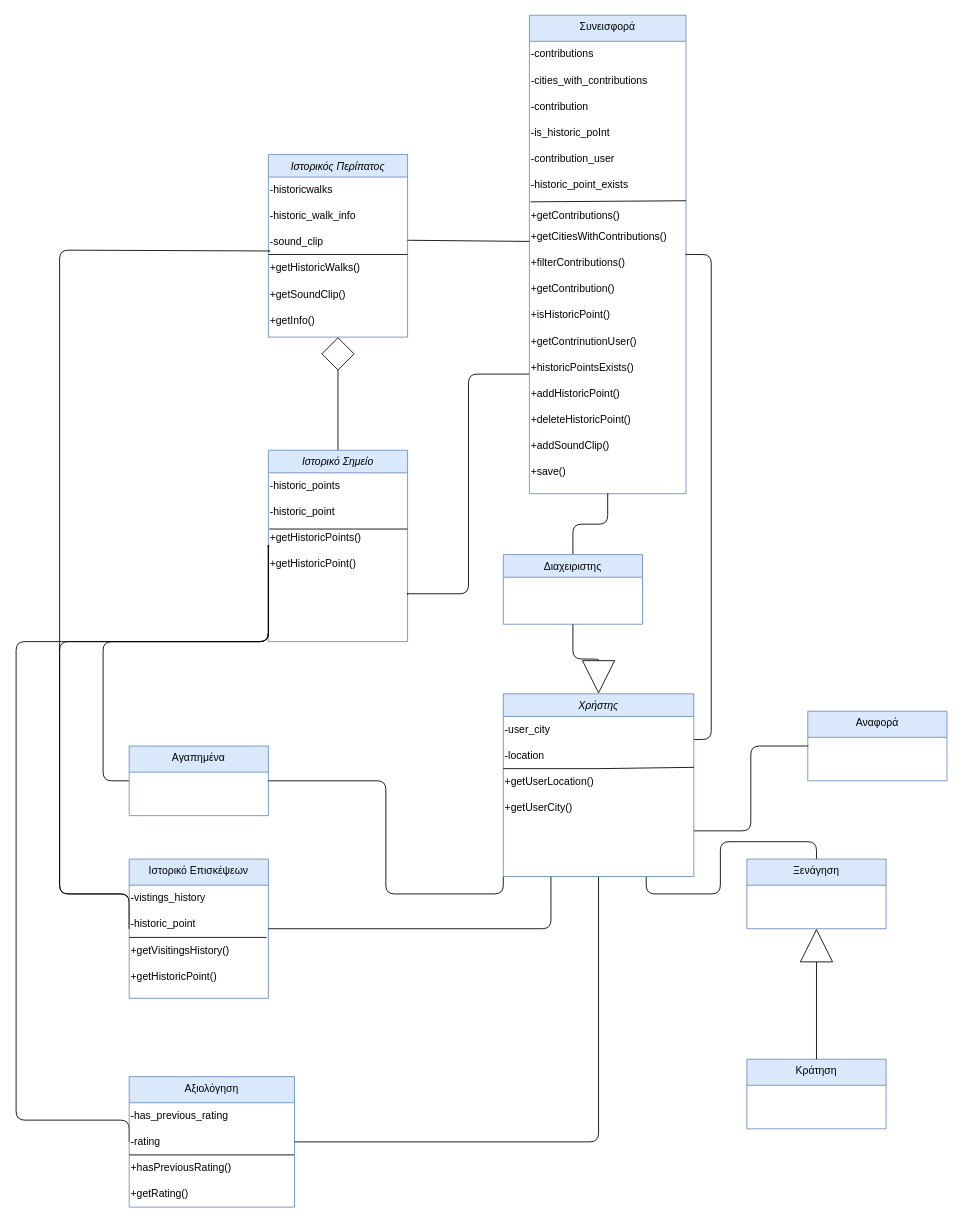
Earlier version of the draw.io diagram NOTES/Domain Model.drawio (Nektar24/software-engineering). Source tidied: cells renumbered, new cells numbered last; positions are measured from the earlier drawing's top-left corner, leaving out a move shared by most shapes. Both pictures are drawn from the tidied source at 87%, with x=0, y=0 at pixel (16, 15).
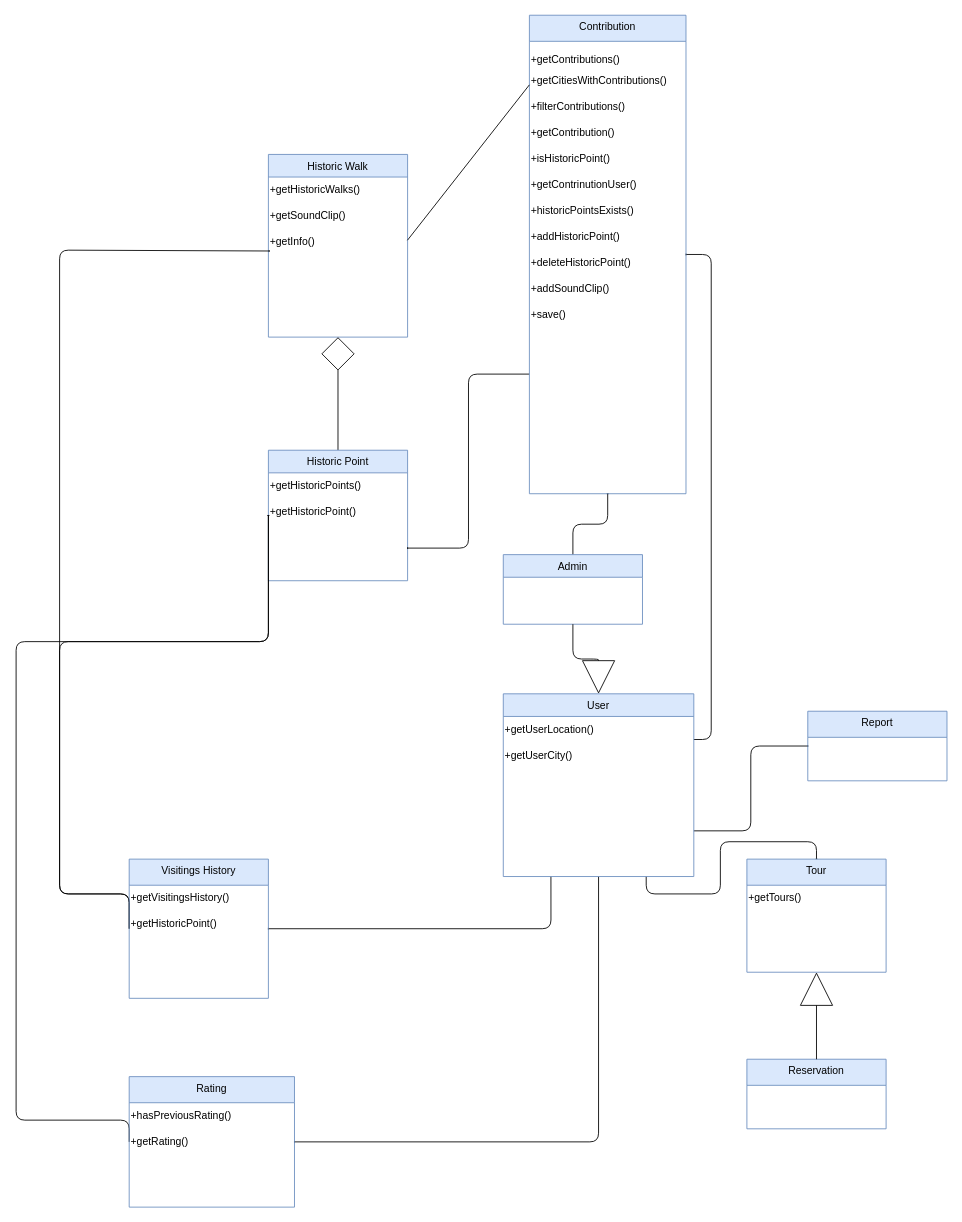
The same page after the edit.

The edit, as a diff of the source:
```diff
@@
-    <mxCell id="4" style="edgeStyle=orthogonalEdgeStyle;rounded=1;jettySize=auto;html=1;exitX=0;exitY=1;exitDx=0;exitDy=0;entryX=1;entryY=0.5;entryDx=0;entryDy=0;strokeColor=default;align=center;verticalAlign=middle;fontFamily=Helvetica;fontSize=11;fontColor=default;labelBackgroundColor=default;elbow=vertical;endArrow=baseDash;endFill=0;endSize=0;curved=0;" parent="1" edge="1" source="8" target="53">
-      <mxGeometry relative="1" as="geometry" />
-    </mxCell>
@@
-    <mxCell id="8" value="Χρήστης" style="swimlane;fontStyle=2;align=center;verticalAlign=top;horizontal=1;startSize=26;rounded=0;shadow=0;strokeWidth=1;fillColor=#dae8fc;strokeColor=#6c8ebf;" parent="1" vertex="1">
+    <mxCell id="8" value="User" style="swimlane;fontStyle=0;align=center;verticalAlign=top;horizontal=1;startSize=26;rounded=0;shadow=0;strokeWidth=1;fillColor=#dae8fc;strokeColor=#6c8ebf;" parent="1" vertex="1">
       <mxGeometry x="560" y="780" width="219" height="210" as="geometry" />
     </mxCell>
-    <mxCell id="9" value="-user_city" style="text;html=1;align=left;verticalAlign=middle;strokeColor=none;fillColor=none;" parent="8" vertex="1">
-      <mxGeometry y="26" width="219" height="30" as="geometry" />
-    </mxCell>
-    <mxCell id="10" value="-location" style="text;html=1;align=left;verticalAlign=middle;strokeColor=none;fillColor=none;" parent="8" vertex="1">
-      <mxGeometry y="56" width="219" height="30" as="geometry" />
-    </mxCell>
-    <mxCell id="11" style="endArrow=none;html=1;rounded=0;entryX=1;entryY=-0.05;entryDx=0;entryDy=0;entryPerimeter=0;" parent="8" edge="1" target="12">
-      <mxGeometry relative="1" as="geometry">
-        <mxPoint y="86" as="sourcePoint" />
-        <Array as="points">
-          <mxPoint x="110" y="86" />
-        </Array>
-      </mxGeometry>
-    </mxCell>
     <mxCell id="12" value="+getUserLocation()" style="text;html=1;align=left;verticalAlign=middle;points=[];strokeColor=none;fillColor=none;" parent="8" vertex="1">
-      <mxGeometry y="86" width="219" height="30" as="geometry" />
+      <mxGeometry y="26" width="219" height="30" as="geometry" />
     </mxCell>
     <mxCell id="13" value="+getUserCity()" style="text;html=1;align=left;verticalAlign=middle;strokeColor=none;fillColor=none;" parent="8" vertex="1">
-      <mxGeometry y="116" width="219" height="30" as="geometry" />
+      <mxGeometry y="56" width="219" height="30" as="geometry" />
     </mxCell>
@@
-    <mxCell id="15" value="Διαχειριστης" style="swimlane;fontStyle=0;align=center;verticalAlign=top;horizontal=1;startSize=26;rounded=0;shadow=0;strokeWidth=1;fillColor=#dae8fc;strokeColor=#6c8ebf;" parent="1" vertex="1">
+    <mxCell id="15" value="Admin" style="swimlane;fontStyle=0;align=center;verticalAlign=top;horizontal=1;startSize=26;rounded=0;shadow=0;strokeWidth=1;fillColor=#dae8fc;strokeColor=#6c8ebf;" parent="1" vertex="1">
       <mxGeometry x="560" y="620" width="160" height="80" as="geometry" />
     </mxCell>
@@
-    <mxCell id="17" value="Ιστορικός Περίπατος" style="swimlane;fontStyle=2;align=center;verticalAlign=top;horizontal=1;startSize=26;rounded=0;shadow=0;strokeWidth=1;fillColor=#dae8fc;strokeColor=#6c8ebf;" parent="1" vertex="1">
+    <mxCell id="17" value="Historic Walk" style="swimlane;fontStyle=0;align=center;verticalAlign=top;horizontal=1;startSize=26;rounded=0;shadow=0;strokeWidth=1;fillColor=#dae8fc;strokeColor=#6c8ebf;" parent="1" vertex="1">
       <mxGeometry x="290" y="160" width="160" height="210" as="geometry" />
     </mxCell>
-    <mxCell id="18" value="-historicwalks" style="text;html=1;align=left;verticalAlign=middle;strokeColor=none;fillColor=none;" parent="17" vertex="1">
-      <mxGeometry y="26" width="160" height="30" as="geometry" />
-    </mxCell>
-    <mxCell id="19" value="-historic_walk_info" style="text;html=1;align=left;verticalAlign=middle;strokeColor=none;fillColor=none;" parent="17" vertex="1">
-      <mxGeometry y="56" width="160" height="30" as="geometry" />
-    </mxCell>
-    <mxCell id="20" value="-sound_clip" style="text;html=1;align=left;verticalAlign=middle;points=[];strokeColor=none;fillColor=none;" parent="17" vertex="1">
-      <mxGeometry y="86" width="160" height="30" as="geometry" />
-    </mxCell>
-    <mxCell id="21" style="endArrow=none;html=1;rounded=0;entryX=1;entryY=-0.033;entryDx=0;entryDy=0;entryPerimeter=0;" parent="17" edge="1" target="22">
-      <mxGeometry relative="1" as="geometry">
-        <mxPoint y="115" as="sourcePoint" />
-      </mxGeometry>
-    </mxCell>
     <mxCell id="22" value="+getHistoricWalks()" style="text;html=1;align=left;verticalAlign=middle;points=[];strokeColor=none;fillColor=none;" parent="17" vertex="1">
-      <mxGeometry y="116" width="160" height="30" as="geometry" />
+      <mxGeometry y="26" width="160" height="30" as="geometry" />
     </mxCell>
     <mxCell id="23" value="+getSoundClip()" style="text;html=1;align=left;verticalAlign=middle;strokeColor=none;fillColor=none;" parent="17" vertex="1">
-      <mxGeometry y="146" width="160" height="30" as="geometry" />
+      <mxGeometry y="56" width="160" height="30" as="geometry" />
     </mxCell>
     <mxCell id="24" value="+getInfo()" style="text;html=1;align=left;verticalAlign=middle;strokeColor=none;fillColor=none;" parent="17" vertex="1">
-      <mxGeometry y="176" width="160" height="30" as="geometry" />
+      <mxGeometry y="86" width="160" height="30" as="geometry" />
     </mxCell>
@@
-    <mxCell id="26" value="Ιστορικό Σημείο" style="swimlane;fontStyle=2;align=center;verticalAlign=top;horizontal=1;startSize=26;rounded=0;shadow=0;strokeWidth=1;fillColor=#dae8fc;strokeColor=#6c8ebf;" parent="1" vertex="1">
-      <mxGeometry x="290" y="500" width="160" height="220" as="geometry" />
+    <mxCell id="26" value="Historic Point" style="swimlane;fontStyle=0;align=center;verticalAlign=top;horizontal=1;startSize=26;rounded=0;shadow=0;strokeWidth=1;fillColor=#dae8fc;strokeColor=#6c8ebf;" parent="1" vertex="1">
+      <mxGeometry x="290" y="500" width="160" height="150" as="geometry" />
     </mxCell>
-    <mxCell id="27" value="-historic_points" style="text;html=1;align=left;verticalAlign=middle;strokeColor=none;fillColor=none;" parent="26" vertex="1">
-      <mxGeometry y="26" width="160" height="30" as="geometry" />
-    </mxCell>
-    <mxCell id="28" value="-historic_point" style="text;html=1;align=left;verticalAlign=middle;points=[];strokeColor=none;fillColor=none;" parent="26" vertex="1">
-      <mxGeometry y="56" width="160" height="30" as="geometry" />
-    </mxCell>
     <mxCell id="29" value="+getHistoricPoints()" style="text;html=1;align=left;verticalAlign=middle;points=[];strokeColor=none;fillColor=none;" parent="26" vertex="1">
-      <mxGeometry y="86" width="160" height="30" as="geometry" />
+      <mxGeometry y="26" width="160" height="30" as="geometry" />
     </mxCell>
     <mxCell id="30" value="+getHistoricPoint()" style="text;html=1;align=left;verticalAlign=middle;strokeColor=none;fillColor=none;" parent="26" vertex="1">
-      <mxGeometry y="116" width="160" height="30" as="geometry" />
+      <mxGeometry y="56" width="160" height="30" as="geometry" />
     </mxCell>
-    <mxCell id="31" style="endArrow=none;html=1;rounded=0;exitX=0.006;exitY=1.153;exitDx=0;exitDy=0;exitPerimeter=0;entryX=1;entryY=0.153;entryDx=0;entryDy=0;entryPerimeter=0;" parent="26" edge="1" source="28" target="29">
-      <mxGeometry relative="1" as="geometry" />
-    </mxCell>
@@
-    <mxCell id="33" value="Συνεισφορά" style="swimlane;fontStyle=0;align=center;verticalAlign=top;horizontal=1;startSize=30;rounded=0;shadow=0;strokeWidth=1;fillColor=#dae8fc;strokeColor=#6c8ebf;" parent="1" vertex="1">
+    <mxCell id="33" value="Contribution" style="swimlane;fontStyle=0;align=center;verticalAlign=top;horizontal=1;startSize=30;rounded=0;shadow=0;strokeWidth=1;fillColor=#dae8fc;strokeColor=#6c8ebf;" parent="1" vertex="1">
       <mxGeometry x="590" width="180" height="550" as="geometry" />
     </mxCell>
-    <mxCell id="34" value="-contributions" style="text;html=1;align=left;verticalAlign=middle;strokeColor=none;fillColor=none;" parent="33" vertex="1">
-      <mxGeometry y="30" width="180" height="30" as="geometry" />
-    </mxCell>
-    <mxCell id="35" value="-cities_with_contributions" style="text;html=1;align=left;verticalAlign=middle;strokeColor=none;fillColor=none;" parent="33" vertex="1">
-      <mxGeometry y="60" width="180" height="30" as="geometry" />
-    </mxCell>
-    <mxCell id="36" value="-contribution" style="text;html=1;align=left;verticalAlign=middle;strokeColor=none;fillColor=none;" parent="33" vertex="1">
-      <mxGeometry y="90" width="180" height="30" as="geometry" />
-    </mxCell>
-    <mxCell id="37" value="-is_historic_poInt" style="text;html=1;align=left;verticalAlign=middle;strokeColor=none;fillColor=none;" parent="33" vertex="1">
-      <mxGeometry y="120" width="180" height="30" as="geometry" />
-    </mxCell>
-    <mxCell id="38" value="-contribution_user" style="text;html=1;align=left;verticalAlign=middle;strokeColor=none;fillColor=none;" parent="33" vertex="1">
-      <mxGeometry y="150" width="180" height="30" as="geometry" />
-    </mxCell>
-    <mxCell id="39" style="endArrow=none;html=1;rounded=0;entryX=1;entryY=0.108;entryDx=0;entryDy=0;entryPerimeter=0;exitX=0.007;exitY=0.15;exitDx=0;exitDy=0;exitPerimeter=0;" parent="33" edge="1" source="41" target="41">
-      <mxGeometry relative="1" as="geometry" />
-    </mxCell>
-    <mxCell id="40" value="-historic_point_exists" style="text;html=1;align=left;verticalAlign=middle;strokeColor=none;fillColor=none;" parent="33" vertex="1">
-      <mxGeometry y="180" width="180" height="30" as="geometry" />
-    </mxCell>
     <mxCell id="41" value="+getContributions()" style="text;html=1;align=left;verticalAlign=bottom;points=[];strokeColor=none;fillColor=none;labelPosition=center;verticalLabelPosition=middle;" parent="33" vertex="1">
-      <mxGeometry y="210" width="180" height="30" as="geometry" />
+      <mxGeometry y="30" width="180" height="30" as="geometry" />
     </mxCell>
     <mxCell id="42" value="+getCitiesWithContributions()" style="text;html=1;align=left;verticalAlign=middle;points=[];strokeColor=none;fillColor=none;" parent="33" vertex="1">
-      <mxGeometry y="240" width="180" height="30" as="geometry" />
+      <mxGeometry y="60" width="180" height="30" as="geometry" />
     </mxCell>
     <mxCell id="43" value="+filterContributions()" style="text;html=1;align=left;verticalAlign=middle;strokeColor=none;fillColor=none;" parent="33" vertex="1">
-      <mxGeometry y="270" width="180" height="30" as="geometry" />
+      <mxGeometry y="90" width="180" height="30" as="geometry" />
     </mxCell>
     <mxCell id="44" value="+getContribution()" style="text;html=1;align=left;verticalAlign=middle;strokeColor=none;fillColor=none;" parent="33" vertex="1">
-      <mxGeometry y="300" width="180" height="30" as="geometry" />
+      <mxGeometry y="120" width="180" height="30" as="geometry" />
     </mxCell>
     <mxCell id="45" value="+isHistoricPoint()" style="text;html=1;align=left;verticalAlign=middle;strokeColor=none;fillColor=none;" parent="33" vertex="1">
-      <mxGeometry y="330" width="180" height="30" as="geometry" />
+      <mxGeometry y="150" width="180" height="30" as="geometry" />
     </mxCell>
     <mxCell id="46" value="+getContrinutionUser()" style="text;html=1;align=left;verticalAlign=middle;strokeColor=none;fillColor=none;" parent="33" vertex="1">
-      <mxGeometry y="360" width="180" height="30" as="geometry" />
+      <mxGeometry y="180" width="180" height="30" as="geometry" />
     </mxCell>
     <mxCell id="47" value="+historicPointsExists()" style="text;html=1;align=left;verticalAlign=middle;strokeColor=none;fillColor=none;" parent="33" vertex="1">
-      <mxGeometry y="390" width="180" height="30" as="geometry" />
+      <mxGeometry y="210" width="180" height="30" as="geometry" />
     </mxCell>
     <mxCell id="48" value="+addHistoricPoint()" style="text;html=1;align=left;verticalAlign=middle;strokeColor=none;fillColor=none;" parent="33" vertex="1">
-      <mxGeometry y="420" width="180" height="30" as="geometry" />
+      <mxGeometry y="240" width="180" height="30" as="geometry" />
     </mxCell>
     <mxCell id="49" value="+deleteHistoricPoint()" style="text;html=1;align=left;verticalAlign=middle;strokeColor=none;fillColor=none;" parent="33" vertex="1">
-      <mxGeometry y="450" width="180" height="30" as="geometry" />
+      <mxGeometry y="270" width="180" height="30" as="geometry" />
     </mxCell>
     <mxCell id="50" value="+addSoundClip()" style="text;html=1;align=left;verticalAlign=middle;strokeColor=none;fillColor=none;" parent="33" vertex="1">
-      <mxGeometry y="480" width="180" height="30" as="geometry" />
+      <mxGeometry y="300" width="180" height="30" as="geometry" />
     </mxCell>
     <mxCell id="51" value="+save()" style="text;html=1;align=left;verticalAlign=middle;strokeColor=none;fillColor=none;" parent="33" vertex="1">
-      <mxGeometry y="510" width="180" height="30" as="geometry" />
+      <mxGeometry y="330" width="180" height="30" as="geometry" />
     </mxCell>
-    <mxCell id="52" style="edgeStyle=orthogonalEdgeStyle;rounded=1;jettySize=auto;html=1;exitX=0;exitY=0.5;exitDx=0;exitDy=0;entryX=0;entryY=0.5;entryDx=0;entryDy=0;fontSize=12;startSize=8;endSize=8;curved=0;endArrow=none;endFill=0;" parent="1" edge="1" source="53" target="26">
-      <mxGeometry relative="1" as="geometry">
-        <Array as="points">
-          <mxPoint x="100" y="880" />
-          <mxPoint x="100" y="720" />
-        </Array>
-      </mxGeometry>
-    </mxCell>
-    <mxCell id="53" value="Αγαπημένα" style="swimlane;fontStyle=0;align=center;verticalAlign=top;horizontal=1;startSize=30;rounded=0;shadow=0;strokeWidth=1;fillColor=#dae8fc;strokeColor=#6c8ebf;" parent="1" vertex="1">
-      <mxGeometry x="130" y="840" width="160" height="80" as="geometry" />
-    </mxCell>
@@
-    <mxCell id="55" style="edgeStyle=orthogonalEdgeStyle;curved=0;rounded=1;jettySize=auto;html=1;exitX=0;exitY=0.5;exitDx=0;exitDy=0;strokeColor=default;align=center;verticalAlign=middle;fontFamily=Helvetica;fontSize=11;fontColor=default;labelBackgroundColor=default;elbow=vertical;endArrow=baseDash;endFill=0;endSize=0;entryX=0.006;entryY=0.833;entryDx=0;entryDy=0;entryPerimeter=0;" parent="1" edge="1" source="56" target="20">
+    <mxCell id="55" style="edgeStyle=orthogonalEdgeStyle;curved=0;rounded=1;jettySize=auto;html=1;exitX=0;exitY=0.5;exitDx=0;exitDy=0;strokeColor=default;align=center;verticalAlign=middle;fontFamily=Helvetica;fontSize=11;fontColor=default;labelBackgroundColor=default;elbow=vertical;endArrow=baseDash;endFill=0;endSize=0;entryX=0.006;entryY=0.833;entryDx=0;entryDy=0;entryPerimeter=0;" parent="1" edge="1" source="56">
       <mxGeometry relative="1" as="geometry">
+        <mxPoint x="291" y="271" as="targetPoint" />
         <Array as="points">
           <mxPoint x="130" y="1010" />
           <mxPoint x="50" y="1010" />
           <mxPoint x="50" y="270" />
         </Array>
       </mxGeometry>
     </mxCell>
-    <mxCell id="56" value="Ιστορικό Επισκέψεων" style="swimlane;fontStyle=0;align=center;verticalAlign=top;horizontal=1;startSize=30;rounded=0;shadow=0;strokeWidth=1;fillColor=#dae8fc;strokeColor=#6c8ebf;" parent="1" vertex="1">
+    <mxCell id="56" value="Visitings History" style="swimlane;fontStyle=0;align=center;verticalAlign=top;horizontal=1;startSize=30;rounded=0;shadow=0;strokeWidth=1;fillColor=#dae8fc;strokeColor=#6c8ebf;" parent="1" vertex="1">
       <mxGeometry x="130" y="970" width="160" height="160" as="geometry" />
     </mxCell>
-    <mxCell id="57" value="-vistings_history" style="text;html=1;align=left;verticalAlign=middle;strokeColor=none;fillColor=none;" parent="56" vertex="1">
-      <mxGeometry y="30" width="160" height="30" as="geometry" />
-    </mxCell>
-    <mxCell id="58" value="-historic_point" style="text;html=1;align=left;verticalAlign=middle;strokeColor=none;fillColor=none;" parent="56" vertex="1">
-      <mxGeometry y="60" width="160" height="30" as="geometry" />
-    </mxCell>
-    <mxCell id="59" style="endArrow=none;html=1;rounded=0;entryX=0.988;entryY=0;entryDx=0;entryDy=0;entryPerimeter=0;" parent="56" edge="1" target="60">
-      <mxGeometry relative="1" as="geometry">
-        <mxPoint y="90" as="sourcePoint" />
-      </mxGeometry>
-    </mxCell>
     <mxCell id="60" value="+getVisitingsHistory()" style="text;html=1;align=left;verticalAlign=middle;points=[];strokeColor=none;fillColor=none;" parent="56" vertex="1">
-      <mxGeometry y="90" width="160" height="30" as="geometry" />
+      <mxGeometry y="30" width="160" height="30" as="geometry" />
     </mxCell>
     <mxCell id="61" value="+getHistoricPoint()" style="text;html=1;align=left;verticalAlign=middle;strokeColor=none;fillColor=none;" parent="56" vertex="1">
-      <mxGeometry y="120" width="160" height="30" as="geometry" />
+      <mxGeometry y="60" width="160" height="30" as="geometry" />
     </mxCell>
-    <mxCell id="62" value="Ξενάγηση" style="swimlane;fontStyle=0;align=center;verticalAlign=top;horizontal=1;startSize=30;rounded=0;shadow=0;strokeWidth=1;fillColor=#dae8fc;strokeColor=#6c8ebf;" parent="1" vertex="1">
-      <mxGeometry x="840" y="970" width="160" height="80" as="geometry" />
+    <mxCell id="62" value="Tour" style="swimlane;fontStyle=0;align=center;verticalAlign=top;horizontal=1;startSize=30;rounded=0;shadow=0;strokeWidth=1;fillColor=#dae8fc;strokeColor=#6c8ebf;" parent="1" vertex="1">
+      <mxGeometry x="840" y="970" width="160" height="130" as="geometry" />
     </mxCell>
+    <mxCell id="74" value="+getTours()" style="text;html=1;align=left;verticalAlign=middle;strokeColor=none;fillColor=none;" parent="62" vertex="1">
+      <mxGeometry y="30" width="160" height="30" as="geometry" />
+    </mxCell>
-    <mxCell id="63" value="Κράτηση" style="swimlane;fontStyle=0;align=center;verticalAlign=top;horizontal=1;startSize=30;rounded=0;shadow=0;strokeWidth=1;fillColor=#dae8fc;strokeColor=#6c8ebf;" parent="1" vertex="1">
+    <mxCell id="63" value="Reservation" style="swimlane;fontStyle=0;align=center;verticalAlign=top;horizontal=1;startSize=30;rounded=0;shadow=0;strokeWidth=1;fillColor=#dae8fc;strokeColor=#6c8ebf;" parent="1" vertex="1">
       <mxGeometry x="840" y="1200" width="160" height="80" as="geometry" />
     </mxCell>
-    <mxCell id="64" value="Αναφορά" style="swimlane;fontStyle=0;align=center;verticalAlign=top;horizontal=1;startSize=30;rounded=0;shadow=0;strokeWidth=1;fillColor=#dae8fc;strokeColor=#6c8ebf;" parent="1" vertex="1">
+    <mxCell id="64" value="Report" style="swimlane;fontStyle=0;align=center;verticalAlign=top;horizontal=1;startSize=30;rounded=0;shadow=0;strokeWidth=1;fillColor=#dae8fc;strokeColor=#6c8ebf;" parent="1" vertex="1">
       <mxGeometry x="910" y="800" width="160" height="80" as="geometry" />
     </mxCell>
@@
-    <mxCell id="66" value="Αξιολόγηση" style="swimlane;fontStyle=0;align=center;verticalAlign=top;horizontal=1;startSize=30;rounded=0;shadow=0;strokeWidth=1;fillColor=#dae8fc;strokeColor=#6c8ebf;" parent="1" vertex="1">
+    <mxCell id="66" value="Rating" style="swimlane;fontStyle=0;align=center;verticalAlign=top;horizontal=1;startSize=30;rounded=0;shadow=0;strokeWidth=1;fillColor=#dae8fc;strokeColor=#6c8ebf;" parent="1" vertex="1">
       <mxGeometry x="130" y="1220" width="190" height="150" as="geometry" />
     </mxCell>
-    <mxCell id="67" value="-has_previous_rating" style="text;html=1;align=left;verticalAlign=middle;strokeColor=none;fillColor=none;" parent="66" vertex="1">
-      <mxGeometry y="30" width="190" height="30" as="geometry" />
-    </mxCell>
-    <mxCell id="68" value="-rating" style="text;html=1;align=left;verticalAlign=middle;strokeColor=none;fillColor=none;" parent="66" vertex="1">
-      <mxGeometry y="60" width="190" height="30" as="geometry" />
-    </mxCell>
-    <mxCell id="69" style="endArrow=none;html=1;rounded=0;entryX=0.997;entryY=-0.001;entryDx=0;entryDy=0;entryPerimeter=0;" parent="66" edge="1" target="70">
-      <mxGeometry relative="1" as="geometry">
-        <mxPoint y="90" as="sourcePoint" />
-      </mxGeometry>
-    </mxCell>
     <mxCell id="70" value="+hasPreviousRating()" style="text;html=1;align=left;verticalAlign=middle;points=[];strokeColor=none;fillColor=none;" parent="66" vertex="1">
-      <mxGeometry y="90" width="190" height="30" as="geometry" />
+      <mxGeometry y="30" width="190" height="30" as="geometry" />
     </mxCell>
     <mxCell id="71" value="+getRating()" style="text;html=1;align=left;verticalAlign=middle;strokeColor=none;fillColor=none;" parent="66" vertex="1">
-      <mxGeometry y="120" width="190" height="30" as="geometry" />
+      <mxGeometry y="60" width="190" height="30" as="geometry" />
     </mxCell>
@@
-    <mxCell id="73" style="endArrow=none;html=1;rounded=1;entryX=0;entryY=0.667;entryDx=0;entryDy=0;entryPerimeter=0;exitX=0.999;exitY=0.422;exitDx=0;exitDy=0;curved=0;exitPerimeter=0;" parent="1" edge="1" source="20" target="42">
-      <mxGeometry relative="1" as="geometry" />
+    <mxCell id="73" style="endArrow=none;html=1;rounded=1;entryX=0;entryY=0.667;entryDx=0;entryDy=0;entryPerimeter=0;exitX=0.999;exitY=0.422;exitDx=0;exitDy=0;curved=0;exitPerimeter=0;" parent="1" edge="1" target="42">
+      <mxGeometry relative="1" as="geometry">
+        <mxPoint x="449.8" y="258.7" as="sourcePoint" />
+      </mxGeometry>
     </mxCell>
```
